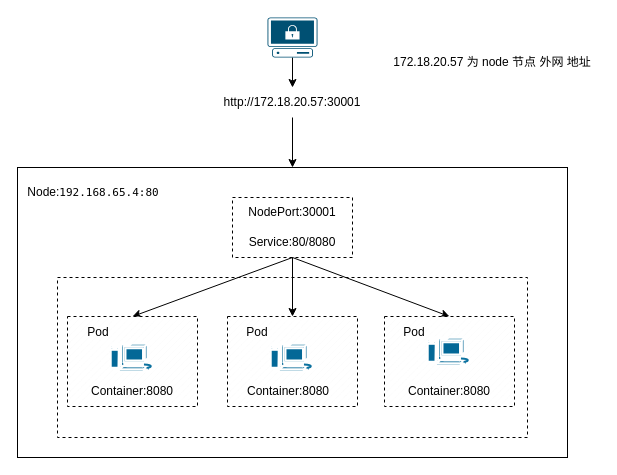
Earlier version of the draw.io diagram Untitled Diagram.drawio (marlkiller/drwo.io). Source tidied: cells renumbered, new cells numbered last; positions are measured from the earlier drawing's top-left corner, leaving out a move shared by most shapes. Both pictures are drawn from the tidied source at 100%, with x=0, y=0 at pixel (17, 17).
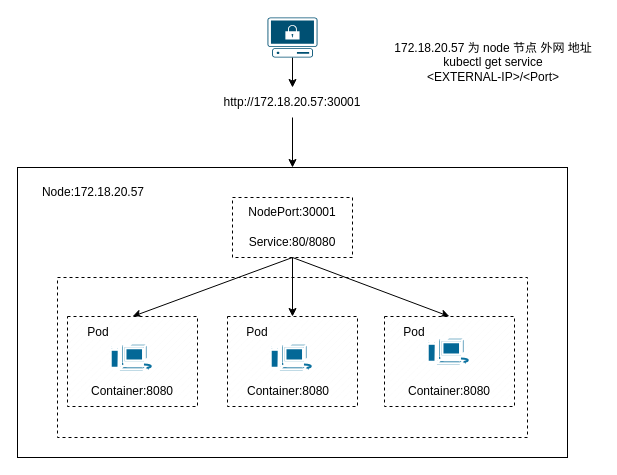
Above is the later version.

What changed in the source:
```diff
@@
-    <mxCell id="8" value="172.18.20.57 为 node 节点 外网 地址" style="text;html=1;strokeColor=none;fillColor=none;align=center;verticalAlign=middle;whiteSpace=wrap;rounded=0;" parent="1" vertex="1">
-      <mxGeometry x="370" y="10" width="210" height="70" as="geometry" />
+    <mxCell id="8" value="172.18.20.57 为 node 节点 外网 地址&lt;br&gt;&lt;div style=&quot;&quot;&gt;&lt;span style=&quot;background-color: initial;&quot;&gt;kubectl get service&lt;/span&gt;&lt;/div&gt;&lt;div style=&quot;&quot;&gt;&lt;span style=&quot;background-color: initial;&quot;&gt;&amp;lt;EXTERNAL-IP&lt;/span&gt;&lt;span style=&quot;background-color: initial;&quot;&gt;&amp;gt;/&amp;lt;Port&amp;gt;&lt;/span&gt;&lt;/div&gt;" style="text;html=1;strokeColor=none;fillColor=none;align=center;verticalAlign=middle;whiteSpace=wrap;rounded=0;" parent="1" vertex="1">
+      <mxGeometry x="370" y="10" width="212" height="70" as="geometry" />
     </mxCell>
-    <mxCell id="9" value="Node:&lt;span style=&quot;font-variant-ligatures: no-common-ligatures; font-family: Menlo; font-size: 11px; text-align: start; background-color: initial;&quot;&gt;192.168.65.4:80&lt;/span&gt;" style="text;html=1;strokeColor=none;fillColor=none;align=center;verticalAlign=middle;whiteSpace=wrap;rounded=0;" parent="1" vertex="1">
+    <mxCell id="9" value="Node:172.18.20.57" style="text;html=1;strokeColor=none;fillColor=none;align=center;verticalAlign=middle;whiteSpace=wrap;rounded=0;" parent="1" vertex="1">
       <mxGeometry x="46" y="160" width="60" height="30" as="geometry" />
     </mxCell>
```
